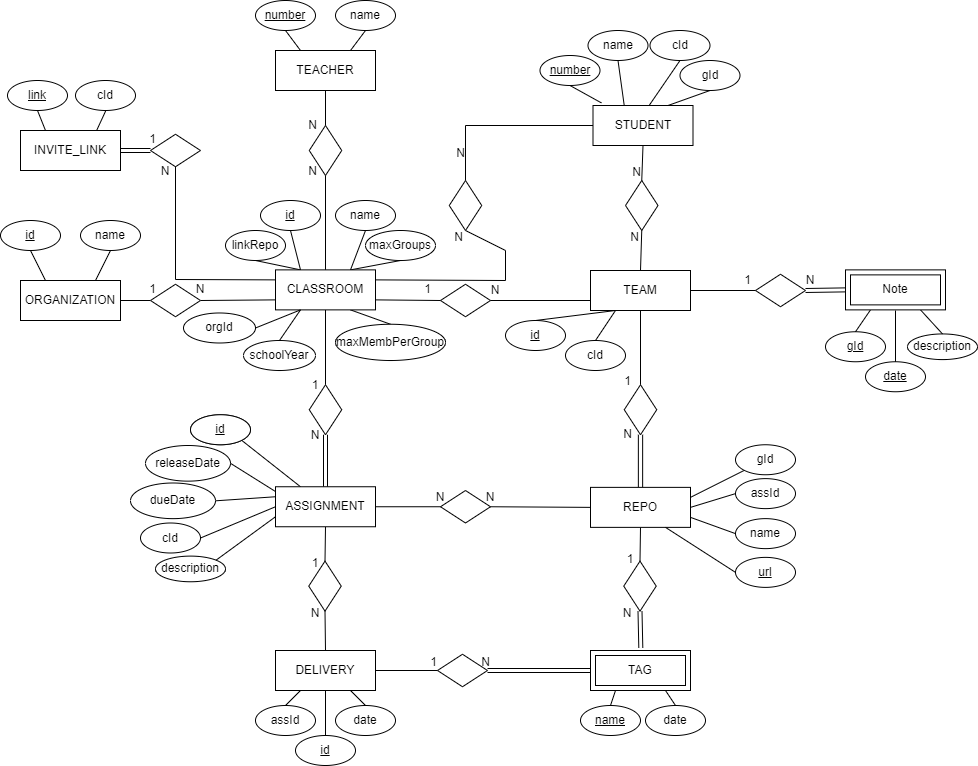
Before: docs/data_model/data_model.png, a diagram exported from draw.io (i-on-project/teams). Source tidied: cells renumbered, new cells last; positions are measured from the earlier drawing's top-left corner, leaving out a move shared by most shapes.
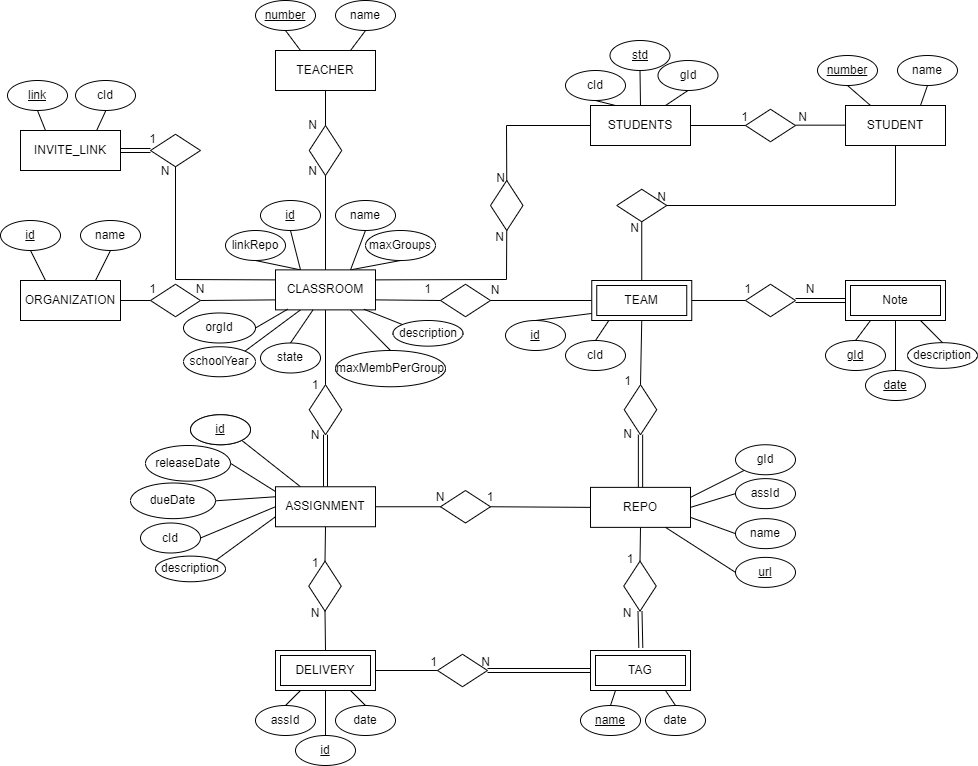
Above is the later version.

Commit message:
Some notes after meeting. #4

What changed in the source:
```diff
@@ -40,20 +40,14 @@
         <mxPoint x="375" y="299.4" as="targetPoint" />
       </mxGeometry>
     </mxCell>
-    <mxCell id="14" style="endArrow=none;html=1;rounded=0;entryX=1;entryY=0.5;entryDx=0;entryDy=0;exitX=0;exitY=0.5;exitDx=0;exitDy=0;" parent="1" edge="1" target="10">
-      <mxGeometry relative="1" as="geometry">
-        <mxPoint x="590" y="300" as="sourcePoint" />
-      </mxGeometry>
+    <mxCell id="14" style="endArrow=none;html=1;rounded=0;entryX=1;entryY=0.5;entryDx=0;entryDy=0;exitX=0;exitY=0.5;exitDx=0;exitDy=0;" parent="1" edge="1" source="130" target="10">
+      <mxGeometry relative="1" as="geometry" />
     </mxCell>
     <mxCell id="15" style="endArrow=none;html=1;rounded=0;entryX=0.5;entryY=1;entryDx=0;entryDy=0;exitX=0;exitY=0.5;exitDx=0;exitDy=0;" parent="1" edge="1" source="11" target="128">
       <mxGeometry relative="1" as="geometry" />
     </mxCell>
     <mxCell id="16" style="endArrow=none;html=1;rounded=0;entryX=1;entryY=0.5;entryDx=0;entryDy=0;exitX=0.5;exitY=0;exitDx=0;exitDy=0;" parent="1" edge="1" source="127" target="11">
-      <mxGeometry relative="1" as="geometry">
-        <Array as="points">
-          <mxPoint x="325" y="650" />
-        </Array>
-      </mxGeometry>
+      <mxGeometry relative="1" as="geometry" />
     </mxCell>
     <mxCell id="17" value="N" style="text;html=1;strokeColor=none;fillColor=none;align=center;verticalAlign=middle;whiteSpace=wrap;rounded=0;" parent="1" vertex="1">
       <mxGeometry x="299.5" y="601.9" width="30" height="21.2" as="geometry" />
@@ -95,13 +89,13 @@
       <mxGeometry relative="1" as="geometry" />
     </mxCell>
     <mxCell id="30" value="N" style="text;html=1;strokeColor=none;fillColor=none;align=center;verticalAlign=middle;whiteSpace=wrap;rounded=0;" parent="1" vertex="1">
-      <mxGeometry x="795" y="269.4" width="30" height="21.2" as="geometry" />
+      <mxGeometry x="795" y="278.1" width="30" height="21.2" as="geometry" />
     </mxCell>
     <mxCell id="31" style="rhombus;whiteSpace=wrap;html=1;rotation=0;" parent="1" vertex="1">
-      <mxGeometry x="755" y="273.8" width="50" height="32.5" as="geometry" />
+      <mxGeometry x="745" y="283.8" width="50" height="32.5" as="geometry" />
     </mxCell>
     <mxCell id="32" value="1" style="text;html=1;strokeColor=none;fillColor=none;align=center;verticalAlign=middle;whiteSpace=wrap;rounded=0;" parent="1" vertex="1">
-      <mxGeometry x="735" y="275" width="25" height="10" as="geometry" />
+      <mxGeometry x="735" y="283.8" width="25" height="10" as="geometry" />
     </mxCell>
     <mxCell id="33" value="&lt;u&gt;link&lt;/u&gt;" style="ellipse;whiteSpace=wrap;html=1;" parent="1" vertex="1">
       <mxGeometry x="7" y="80" width="60" height="30" as="geometry" />
@@ -124,9 +118,9 @@
       <mxGeometry relative="1" as="geometry" />
     </mxCell>
     <mxCell id="39" value="&lt;u&gt;number&lt;/u&gt;" style="ellipse;whiteSpace=wrap;html=1;" parent="1" vertex="1">
-      <mxGeometry x="539.5" y="55" width="60" height="30" as="geometry" />
+      <mxGeometry x="817" y="55" width="60" height="30" as="geometry" />
     </mxCell>
-    <mxCell id="40" style="endArrow=none;html=1;rounded=0;entryX=0.5;entryY=1;entryDx=0;entryDy=0;exitX=0.084;exitY=-0.065;exitDx=0;exitDy=0;exitPerimeter=0;" parent="1" edge="1" source="131" target="39">
+    <mxCell id="40" style="endArrow=none;html=1;rounded=0;entryX=0.5;entryY=1;entryDx=0;entryDy=0;exitX=0.25;exitY=0;exitDx=0;exitDy=0;" parent="1" edge="1" source="131" target="39">
       <mxGeometry relative="1" as="geometry" />
     </mxCell>
     <mxCell id="41" style="endArrow=none;html=1;rounded=0;exitX=0.25;exitY=0;exitDx=0;exitDy=0;entryX=0.5;entryY=1;entryDx=0;entryDy=0;" parent="1" edge="1" source="134" target="42">
@@ -195,39 +189,43 @@
     <mxCell id="62" value="cId" style="ellipse;whiteSpace=wrap;html=1;" parent="1" vertex="1">
       <mxGeometry x="565" y="340" width="60" height="30" as="geometry" />
     </mxCell>
-    <mxCell id="63" style="endArrow=none;html=1;rounded=0;exitX=0.25;exitY=1;exitDx=0;exitDy=0;entryX=0.5;entryY=0;entryDx=0;entryDy=0;" parent="1" edge="1" source="130" target="62">
-      <mxGeometry relative="1" as="geometry" />
+    <mxCell id="63" style="endArrow=none;html=1;rounded=0;exitX=0.25;exitY=1;exitDx=0;exitDy=0;entryX=0.5;entryY=0;entryDx=0;entryDy=0;" parent="1" edge="1" target="62">
+      <mxGeometry relative="1" as="geometry">
+        <mxPoint x="615" y="310" as="sourcePoint" />
+      </mxGeometry>
     </mxCell>
     <mxCell id="64" value="&lt;u&gt;id&lt;/u&gt;" style="ellipse;whiteSpace=wrap;html=1;direction=west;" parent="1" vertex="1">
       <mxGeometry x="505" y="320" width="60" height="30" as="geometry" />
     </mxCell>
-    <mxCell id="65" style="endArrow=none;html=1;rounded=0;entryX=0.5;entryY=1;entryDx=0;entryDy=0;exitX=0.25;exitY=1;exitDx=0;exitDy=0;" parent="1" edge="1" source="130" target="64">
-      <mxGeometry relative="1" as="geometry" />
+    <mxCell id="65" style="endArrow=none;html=1;rounded=0;entryX=0.5;entryY=1;entryDx=0;entryDy=0;exitX=0.25;exitY=1;exitDx=0;exitDy=0;" parent="1" edge="1" target="64">
+      <mxGeometry relative="1" as="geometry">
+        <mxPoint x="615" y="310" as="sourcePoint" />
+      </mxGeometry>
     </mxCell>
     <mxCell id="66" value="schoolYear" style="ellipse;whiteSpace=wrap;html=1;" parent="1" vertex="1">
-      <mxGeometry x="243" y="340" width="72" height="30" as="geometry" />
+      <mxGeometry x="183" y="346.2" width="72" height="30" as="geometry" />
     </mxCell>
-    <mxCell id="67" style="endArrow=none;html=1;rounded=0;entryX=0.25;entryY=1;entryDx=0;entryDy=0;exitX=0.5;exitY=0;exitDx=0;exitDy=0;" parent="1" edge="1" source="66" target="133">
+    <mxCell id="67" style="endArrow=none;html=1;rounded=0;entryX=0.25;entryY=1;entryDx=0;entryDy=0;exitX=1;exitY=0;exitDx=0;exitDy=0;" parent="1" edge="1" source="66" target="133">
       <mxGeometry relative="1" as="geometry" />
     </mxCell>
     <mxCell id="68" style="endArrow=none;html=1;rounded=0;entryX=0.75;entryY=1;entryDx=0;entryDy=0;exitX=0.5;exitY=0;exitDx=0;exitDy=0;" parent="1" edge="1" source="83" target="133">
       <mxGeometry relative="1" as="geometry" />
     </mxCell>
     <mxCell id="69" value="&lt;u&gt;gId&lt;/u&gt;" style="ellipse;whiteSpace=wrap;html=1;" parent="1" vertex="1">
-      <mxGeometry x="825" y="331.2" width="60" height="30" as="geometry" />
+      <mxGeometry x="825" y="340" width="60" height="30" as="geometry" />
     </mxCell>
     <mxCell id="70" value="&lt;u&gt;date&lt;/u&gt;" style="ellipse;whiteSpace=wrap;html=1;" parent="1" vertex="1">
-      <mxGeometry x="865" y="361.2" width="60" height="30" as="geometry" />
+      <mxGeometry x="865" y="370" width="60" height="30" as="geometry" />
     </mxCell>
     <mxCell id="71" value="description" style="ellipse;whiteSpace=wrap;html=1;" parent="1" vertex="1">
-      <mxGeometry x="907" y="333.4" width="70" height="25.6" as="geometry" />
+      <mxGeometry x="907" y="342.2" width="70" height="25.6" as="geometry" />
     </mxCell>
     <mxCell id="72" style="endArrow=none;html=1;rounded=0;entryX=0.5;entryY=0;entryDx=0;entryDy=0;exitX=0.25;exitY=1;exitDx=0;exitDy=0;" parent="1" edge="1" source="149" target="69">
       <mxGeometry relative="1" as="geometry" />
     </mxCell>
     <mxCell id="73" style="endArrow=none;html=1;rounded=0;entryX=0.5;entryY=0;entryDx=0;entryDy=0;exitX=0.5;exitY=1;exitDx=0;exitDy=0;" parent="1" edge="1" target="70">
       <mxGeometry relative="1" as="geometry">
-        <mxPoint x="895" y="310" as="sourcePoint" />
+        <mxPoint x="895" y="318.7" as="sourcePoint" />
       </mxGeometry>
     </mxCell>
     <mxCell id="74" style="endArrow=none;html=1;rounded=0;entryX=0.5;entryY=0;entryDx=0;entryDy=0;exitX=0.75;exitY=1;exitDx=0;exitDy=0;" parent="1" edge="1" source="149" target="71">
@@ -249,16 +247,16 @@
       <mxGeometry relative="1" as="geometry" />
     </mxCell>
     <mxCell id="80" value="gId" style="ellipse;whiteSpace=wrap;html=1;" parent="1" vertex="1">
-      <mxGeometry x="679.5" y="60" width="60" height="30" as="geometry" />
+      <mxGeometry x="657.5" y="60" width="60" height="30" as="geometry" />
     </mxCell>
-    <mxCell id="81" style="endArrow=none;html=1;rounded=0;entryX=0.5;entryY=1;entryDx=0;entryDy=0;exitX=0.75;exitY=0;exitDx=0;exitDy=0;" parent="1" edge="1" source="131" target="80">
+    <mxCell id="81" style="endArrow=none;html=1;rounded=0;entryX=0.5;entryY=1;entryDx=0;entryDy=0;exitX=0.75;exitY=0;exitDx=0;exitDy=0;" parent="1" edge="1" source="154" target="80">
       <mxGeometry relative="1" as="geometry" />
     </mxCell>
     <mxCell id="82" style="endArrow=none;html=1;rounded=0;entryX=0.5;entryY=1;entryDx=0;entryDy=0;exitX=0.25;exitY=0;exitDx=0;exitDy=0;" parent="1" edge="1" source="133" target="46">
       <mxGeometry relative="1" as="geometry" />
     </mxCell>
     <mxCell id="83" value="maxMembPerGroup" style="ellipse;whiteSpace=wrap;html=1;" parent="1" vertex="1">
-      <mxGeometry x="335" y="323.8" width="110" height="36.2" as="geometry" />
+      <mxGeometry x="335" y="350" width="110" height="36.2" as="geometry" />
     </mxCell>
     <mxCell id="84" value="&lt;u&gt;number&lt;/u&gt;" style="ellipse;whiteSpace=wrap;html=1;" parent="1" vertex="1">
       <mxGeometry x="255" width="60" height="30" as="geometry" />
@@ -304,9 +302,9 @@
       <mxGeometry relative="1" as="geometry" />
     </mxCell>
     <mxCell id="97" value="name" style="ellipse;whiteSpace=wrap;html=1;" parent="1" vertex="1">
-      <mxGeometry x="587.5" y="30" width="60" height="30" as="geometry" />
+      <mxGeometry x="897" y="55" width="60" height="30" as="geometry" />
     </mxCell>
-    <mxCell id="98" style="endArrow=none;html=1;rounded=0;entryX=0.5;entryY=1;entryDx=0;entryDy=0;exitX=0.312;exitY=-0.005;exitDx=0;exitDy=0;exitPerimeter=0;" parent="1" edge="1" source="131" target="97">
+    <mxCell id="98" style="endArrow=none;html=1;rounded=0;entryX=0.5;entryY=1;entryDx=0;entryDy=0;exitX=0.75;exitY=0;exitDx=0;exitDy=0;" parent="1" edge="1" source="131" target="97">
       <mxGeometry relative="1" as="geometry" />
     </mxCell>
     <mxCell id="99" value="gId" style="ellipse;whiteSpace=wrap;html=1;" parent="1" vertex="1">
@@ -324,7 +322,7 @@
     <mxCell id="103" value="N" style="text;html=1;strokeColor=none;fillColor=none;align=center;verticalAlign=middle;whiteSpace=wrap;rounded=0;" parent="1" vertex="1">
       <mxGeometry x="425" y="486.9" width="30" height="21.2" as="geometry" />
     </mxCell>
-    <mxCell id="104" value="N" style="text;html=1;strokeColor=none;fillColor=none;align=center;verticalAlign=middle;whiteSpace=wrap;rounded=0;" parent="1" vertex="1">
+    <mxCell id="104" value="1" style="text;html=1;strokeColor=none;fillColor=none;align=center;verticalAlign=middle;whiteSpace=wrap;rounded=0;" parent="1" vertex="1">
       <mxGeometry x="475" y="486.9" width="30" height="21.2" as="geometry" />
     </mxCell>
     <mxCell id="105" value="&lt;u&gt;id&lt;/u&gt;" style="ellipse;whiteSpace=wrap;html=1;" parent="1" vertex="1">
@@ -343,9 +341,9 @@
       <mxGeometry relative="1" as="geometry" />
     </mxCell>
     <mxCell id="110" value="cId" style="ellipse;whiteSpace=wrap;html=1;" parent="1" vertex="1">
-      <mxGeometry x="649.5" y="30" width="60" height="30" as="geometry" />
+      <mxGeometry x="565" y="70" width="60" height="30" as="geometry" />
     </mxCell>
-    <mxCell id="111" style="endArrow=none;html=1;rounded=0;entryX=0.5;entryY=1;entryDx=0;entryDy=0;exitX=0.56;exitY=0.005;exitDx=0;exitDy=0;exitPerimeter=0;" parent="1" edge="1" source="131" target="110">
+    <mxCell id="111" style="endArrow=none;html=1;rounded=0;entryX=0.5;entryY=1;entryDx=0;entryDy=0;exitX=0.25;exitY=0;exitDx=0;exitDy=0;" parent="1" edge="1" source="154" target="110">
       <mxGeometry relative="1" as="geometry" />
     </mxCell>
     <mxCell id="112" style="rhombus;whiteSpace=wrap;html=1;rotation=90;" parent="1" vertex="1">
@@ -395,20 +393,14 @@
     <mxCell id="126" value="TAG" style="shape=ext;margin=3;double=1;whiteSpace=wrap;html=1;align=center;" parent="1" vertex="1">
       <mxGeometry x="590" y="650" width="100" height="40" as="geometry" />
     </mxCell>
-    <mxCell id="127" value="DELIVERY" style="whiteSpace=wrap;html=1;align=center;" parent="1" vertex="1">
-      <mxGeometry x="275" y="650" width="100" height="40" as="geometry" />
-    </mxCell>
     <mxCell id="128" value="ASSIGNMENT" style="whiteSpace=wrap;html=1;align=center;" parent="1" vertex="1">
       <mxGeometry x="275" y="486.2" width="100" height="40" as="geometry" />
     </mxCell>
     <mxCell id="129" value="REPO" style="whiteSpace=wrap;html=1;align=center;" parent="1" vertex="1">
       <mxGeometry x="590" y="486.9" width="100" height="40" as="geometry" />
     </mxCell>
-    <mxCell id="130" value="TEAM" style="whiteSpace=wrap;html=1;align=center;" parent="1" vertex="1">
-      <mxGeometry x="590" y="270" width="100" height="40" as="geometry" />
-    </mxCell>
     <mxCell id="131" value="STUDENT" style="whiteSpace=wrap;html=1;align=center;" parent="1" vertex="1">
-      <mxGeometry x="592.5" y="105" width="100" height="40" as="geometry" />
+      <mxGeometry x="845" y="105" width="100" height="40" as="geometry" />
     </mxCell>
     <mxCell id="132" style="edgeStyle=none;rounded=0;orthogonalLoop=1;jettySize=auto;html=1;entryX=0;entryY=0.5;entryDx=0;entryDy=0;" parent="1" edge="1" source="131" target="131">
       <mxGeometry relative="1" as="geometry" />
@@ -434,8 +426,7 @@
     <mxCell id="139" style="endArrow=none;html=1;rounded=0;exitX=1;exitY=0.25;exitDx=0;exitDy=0;entryX=1;entryY=0.5;entryDx=0;entryDy=0;" parent="1" edge="1" source="133" target="141">
       <mxGeometry relative="1" as="geometry">
         <Array as="points">
-          <mxPoint x="505" y="280" />
-          <mxPoint x="505" y="250" />
+          <mxPoint x="506" y="279" />
         </Array>
       </mxGeometry>
     </mxCell>
@@ -445,30 +436,22 @@
       </mxGeometry>
     </mxCell>
     <mxCell id="141" style="rhombus;whiteSpace=wrap;html=1;rotation=0;direction=south;" parent="1" vertex="1">
-      <mxGeometry x="448.8" y="180" width="32.5" height="50" as="geometry" />
+      <mxGeometry x="490" y="180" width="32.5" height="50" as="geometry" />
     </mxCell>
-    <mxCell id="142" style="endArrow=none;html=1;rounded=0;exitX=0;exitY=0.5;exitDx=0;exitDy=0;entryX=0;entryY=0.5;entryDx=0;entryDy=0;" parent="1" edge="1" source="141" target="131">
-      <mxGeometry relative="1" as="geometry">
-        <Array as="points">
-          <mxPoint x="465" y="125" />
-        </Array>
-      </mxGeometry>
-    </mxCell>
-    <mxCell id="143" value="N" style="html=1;align=right;verticalAlign=bottom;" parent="142" vertex="1">
-      <mxGeometry x="1" relative="1" as="geometry">
-        <mxPoint x="-128" y="36" as="offset" />
-      </mxGeometry>
-    </mxCell>
-    <mxCell id="144" style="rhombus;whiteSpace=wrap;html=1;rotation=0;direction=south;" parent="1" vertex="1">
+    <mxCell id="144" style="rhombus;whiteSpace=wrap;html=1;rotation=90;direction=south;" parent="1" vertex="1">
       <mxGeometry x="625" y="180" width="32.5" height="50" as="geometry" />
     </mxCell>
     <mxCell id="145" style="endArrow=none;html=1;rounded=0;entryX=0;entryY=0.5;entryDx=0;entryDy=0;exitX=0.5;exitY=1;exitDx=0;exitDy=0;" parent="1" edge="1" source="131" target="144">
-      <mxGeometry relative="1" as="geometry" />
+      <mxGeometry relative="1" as="geometry">
+        <Array as="points">
+          <mxPoint x="895" y="205" />
+        </Array>
+      </mxGeometry>
     </mxCell>
     <mxCell id="146" value="N" style="html=1;align=right;verticalAlign=bottom;" parent="145" vertex="1">
       <mxGeometry x="1" relative="1" as="geometry" />
     </mxCell>
-    <mxCell id="147" style="endArrow=none;html=1;rounded=0;exitX=0.5;exitY=0;exitDx=0;exitDy=0;entryX=1;entryY=0.5;entryDx=0;entryDy=0;" parent="1" edge="1" source="130" target="144">
+    <mxCell id="147" style="endArrow=none;html=1;rounded=0;exitX=0.5;exitY=0;exitDx=0;exitDy=0;entryX=0.5;entryY=0;entryDx=0;entryDy=0;" parent="1" edge="1" source="130" target="144">
       <mxGeometry relative="1" as="geometry" />
     </mxCell>
     <mxCell id="148" value="N" style="html=1;align=right;verticalAlign=bottom;" parent="147" vertex="1">
@@ -477,13 +460,74 @@
       </mxGeometry>
     </mxCell>
     <mxCell id="149" value="Note" style="shape=ext;margin=3;double=1;whiteSpace=wrap;html=1;align=center;" parent="1" vertex="1">
-      <mxGeometry x="845" y="269.4" width="100" height="40" as="geometry" />
+      <mxGeometry x="845" y="280" width="100" height="40" as="geometry" />
     </mxCell>
     <mxCell id="150" value="orgId" style="ellipse;whiteSpace=wrap;html=1;" parent="1" vertex="1">
       <mxGeometry x="183" y="312.5" width="72" height="30" as="geometry" />
     </mxCell>
-    <mxCell id="151" style="endArrow=none;html=1;rounded=0;entryX=0.25;entryY=1;entryDx=0;entryDy=0;exitX=1;exitY=0.5;exitDx=0;exitDy=0;" parent="1" edge="1" source="150" target="133">
+    <mxCell id="151" style="endArrow=none;html=1;rounded=0;entryX=0.122;entryY=0.983;entryDx=0;entryDy=0;exitX=1;exitY=0.5;exitDx=0;exitDy=0;entryPerimeter=0;" parent="1" edge="1" source="150" target="133">
       <mxGeometry relative="1" as="geometry" />
     </mxCell>
+    <mxCell id="152" value="description" style="ellipse;whiteSpace=wrap;html=1;" parent="1" vertex="1">
+      <mxGeometry x="392.5" y="320" width="70" height="25.6" as="geometry" />
+    </mxCell>
+    <mxCell id="153" style="endArrow=none;html=1;rounded=0;entryX=0.883;entryY=0.983;entryDx=0;entryDy=0;exitX=0;exitY=0;exitDx=0;exitDy=0;entryPerimeter=0;" parent="1" edge="1" source="152" target="133">
+      <mxGeometry relative="1" as="geometry" />
+    </mxCell>
+    <mxCell id="127" value="DELIVERY" style="shape=ext;margin=3;double=1;whiteSpace=wrap;html=1;align=center;" parent="1" vertex="1">
+      <mxGeometry x="275" y="650" width="100" height="40" as="geometry" />
+    </mxCell>
+    <mxCell id="130" value="TEAM" style="shape=ext;margin=3;double=1;whiteSpace=wrap;html=1;align=center;" parent="1" vertex="1">
+      <mxGeometry x="591.2" y="280" width="100" height="40" as="geometry" />
+    </mxCell>
+    <mxCell id="154" value="STUDENTS" style="whiteSpace=wrap;html=1;align=center;" parent="1" vertex="1">
+      <mxGeometry x="590" y="105" width="100" height="40" as="geometry" />
+    </mxCell>
+    <mxCell id="155" style="endArrow=none;html=1;rounded=0;entryX=0;entryY=0.5;entryDx=0;entryDy=0;exitX=0;exitY=0.5;exitDx=0;exitDy=0;" parent="1" edge="1" source="154" target="141">
+      <mxGeometry relative="1" as="geometry">
+        <Array as="points">
+          <mxPoint x="506" y="125" />
+        </Array>
+      </mxGeometry>
+    </mxCell>
+    <mxCell id="156" value="N" style="html=1;align=right;verticalAlign=bottom;" parent="155" vertex="1">
+      <mxGeometry x="1" relative="1" as="geometry">
+        <mxPoint x="-1" y="6" as="offset" />
+      </mxGeometry>
+    </mxCell>
+    <mxCell id="157" value="&lt;u&gt;std&lt;/u&gt;" style="ellipse;whiteSpace=wrap;html=1;" parent="1" vertex="1">
+      <mxGeometry x="609.5" y="40" width="60" height="30" as="geometry" />
+    </mxCell>
+    <mxCell id="158" style="endArrow=none;html=1;rounded=0;entryX=0.5;entryY=1;entryDx=0;entryDy=0;exitX=0.5;exitY=0;exitDx=0;exitDy=0;" parent="1" edge="1" source="154" target="157">
+      <mxGeometry relative="1" as="geometry" />
+    </mxCell>
+    <mxCell id="159" style="rhombus;whiteSpace=wrap;html=1;rotation=90;direction=south;" parent="1" vertex="1">
+      <mxGeometry x="753.8" y="100" width="32.5" height="50" as="geometry" />
+    </mxCell>
+    <mxCell id="160" style="endArrow=none;html=1;rounded=0;exitX=1;exitY=0.5;exitDx=0;exitDy=0;entryX=1;entryY=0.5;entryDx=0;entryDy=0;" parent="1" edge="1" source="154" target="159">
+      <mxGeometry relative="1" as="geometry" />
+    </mxCell>
+    <mxCell id="161" value="1" style="html=1;align=right;verticalAlign=bottom;" parent="160" vertex="1">
+      <mxGeometry x="1" relative="1" as="geometry">
+        <mxPoint x="3" as="offset" />
+      </mxGeometry>
+    </mxCell>
+    <mxCell id="162" style="endArrow=none;html=1;rounded=0;exitX=0;exitY=0.5;exitDx=0;exitDy=0;entryX=0;entryY=0.5;entryDx=0;entryDy=0;" parent="1" edge="1">
+      <mxGeometry relative="1" as="geometry">
+        <mxPoint x="845" y="124.7" as="sourcePoint" />
+        <mxPoint x="795" y="124.7" as="targetPoint" />
+      </mxGeometry>
+    </mxCell>
+    <mxCell id="163" value="N" style="html=1;align=right;verticalAlign=bottom;" parent="162" vertex="1">
+      <mxGeometry x="1" relative="1" as="geometry">
+        <mxPoint x="12" as="offset" />
+      </mxGeometry>
+    </mxCell>
+    <mxCell id="164" value="state" style="ellipse;whiteSpace=wrap;html=1;" parent="1" vertex="1">
+      <mxGeometry x="260" y="342.5" width="60" height="30" as="geometry" />
+    </mxCell>
+    <mxCell id="165" style="endArrow=none;html=1;rounded=0;entryX=0.376;entryY=0.997;entryDx=0;entryDy=0;exitX=0.5;exitY=0;exitDx=0;exitDy=0;entryPerimeter=0;" parent="1" edge="1" source="164" target="133">
+      <mxGeometry relative="1" as="geometry" />
+    </mxCell>
   </root>
 </mxGraphModel>
```
